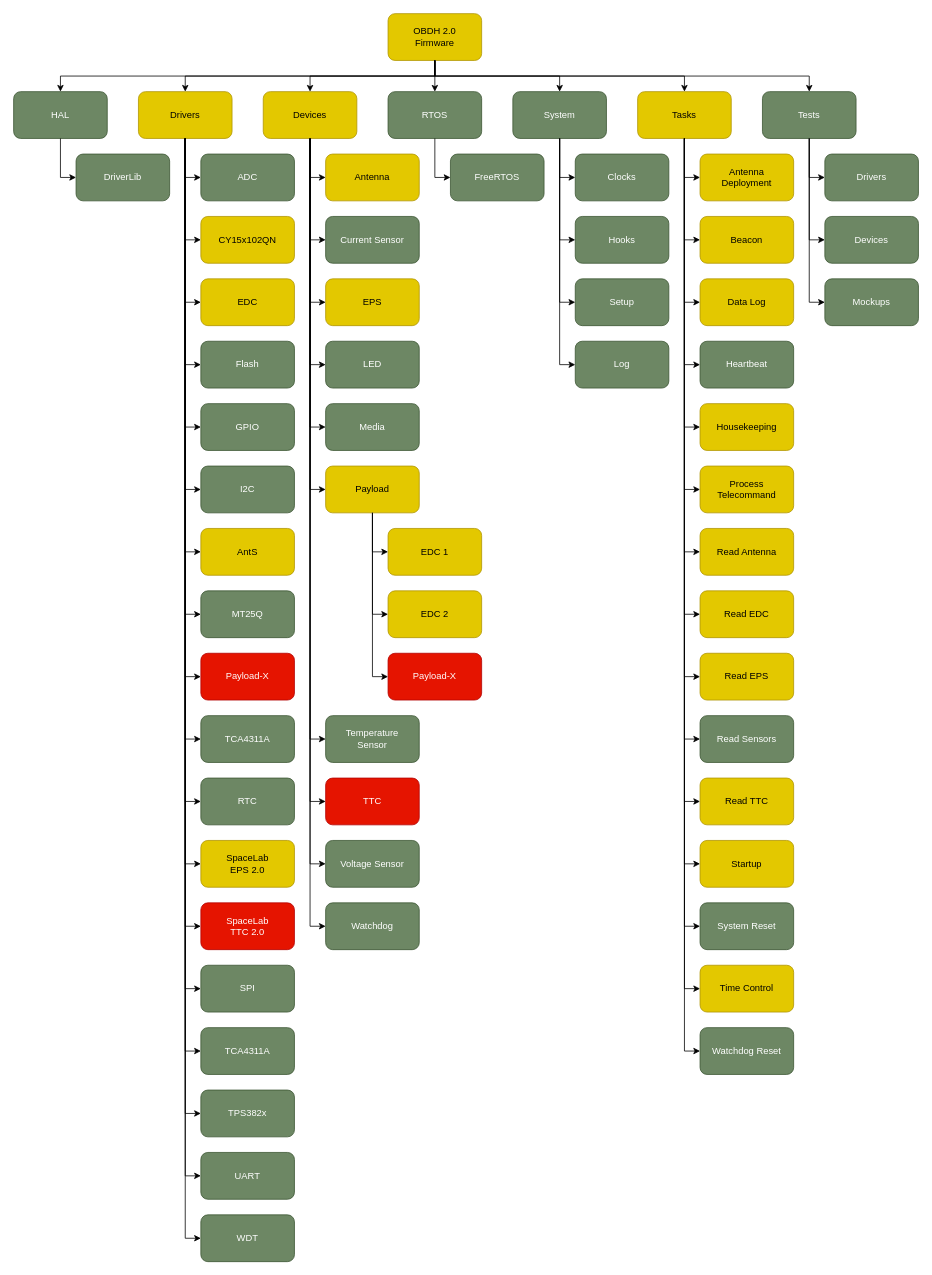
The draw.io diagram doc/figures/product-tree-fw.drawio in spacelab-ufsc/obdh2, before the edit. Source tidied: cells renumbered, new cells numbered last; positions are measured from the earlier drawing's top-left corner, leaving out a move shared by most shapes. Both pictures are drawn from the tidied source at 78%, with x=0, y=0 at pixel (13, 13).
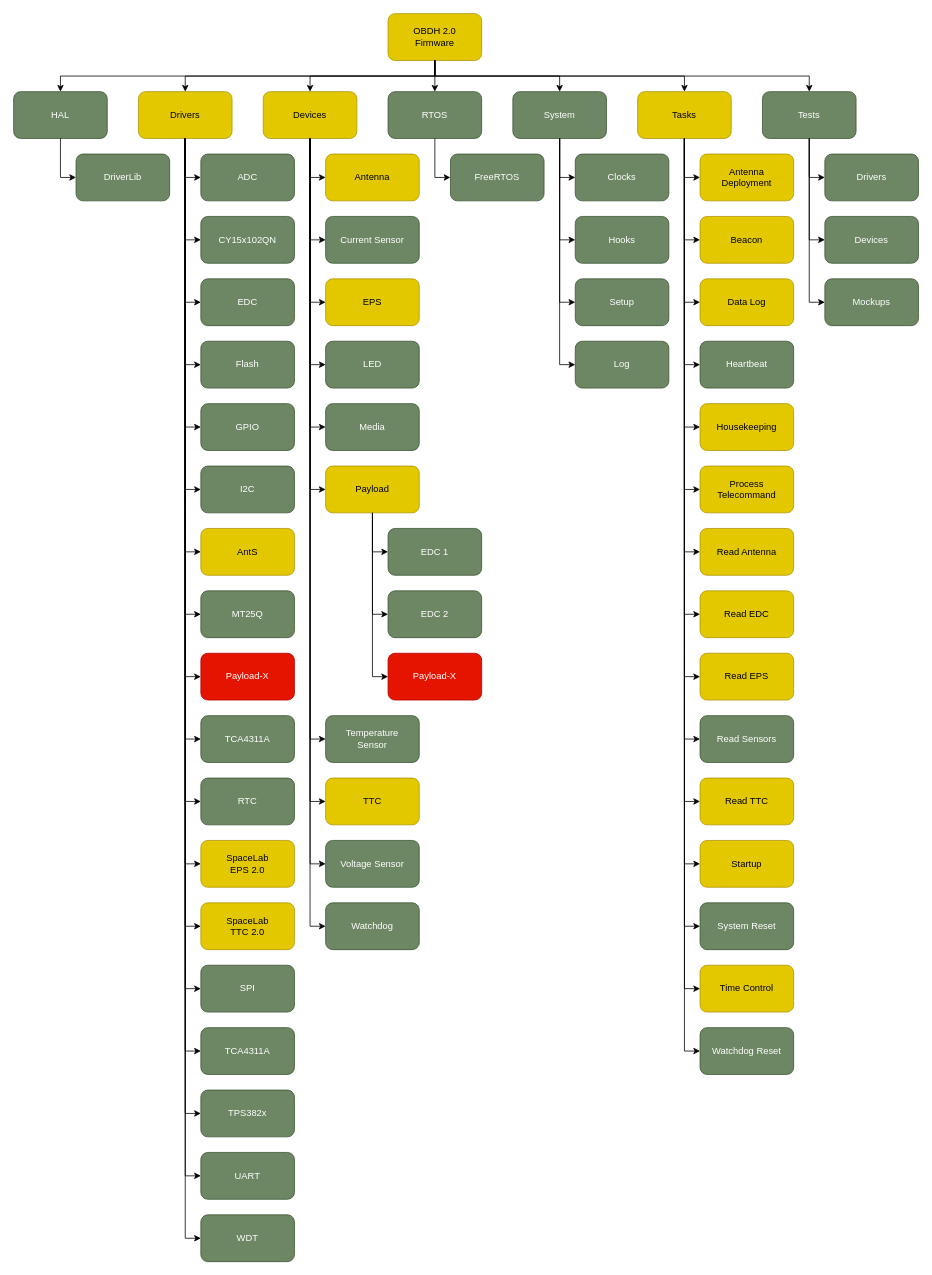
Above is the later version.

Commit message (it also covers changes not shown here):
doc: Updating the product tree of the firmware

What changed in the source:
```diff
@@
-    <mxCell id="6" value="CY15x102QN" style="rounded=1;whiteSpace=wrap;html=1;fillColor=#e3c800;fontColor=#000000;strokeColor=#B09500;" parent="1" vertex="1">
+    <mxCell id="6" value="CY15x102QN" style="rounded=1;whiteSpace=wrap;html=1;fillColor=#6d8764;fontColor=#ffffff;strokeColor=#3A5431;" parent="1" vertex="1">
       <mxGeometry x="240" y="260" width="120" height="60" as="geometry" />
     </mxCell>
-    <mxCell id="7" value="EDC" style="rounded=1;whiteSpace=wrap;html=1;fillColor=#e3c800;fontColor=#000000;strokeColor=#B09500;" parent="1" vertex="1">
+    <mxCell id="7" value="EDC" style="rounded=1;whiteSpace=wrap;html=1;fillColor=#6d8764;fontColor=#ffffff;strokeColor=#3A5431;" parent="1" vertex="1">
       <mxGeometry x="240" y="340" width="120" height="60" as="geometry" />
     </mxCell>
@@
-    <mxCell id="15" value="SpaceLab&lt;br&gt;TTC 2.0" style="rounded=1;whiteSpace=wrap;html=1;fillColor=#e51400;fontColor=#ffffff;strokeColor=#B20000;" parent="1" vertex="1">
+    <mxCell id="15" value="SpaceLab&lt;br&gt;TTC 2.0" style="rounded=1;whiteSpace=wrap;html=1;fillColor=#e3c800;fontColor=#000000;strokeColor=#B09500;" parent="1" vertex="1">
       <mxGeometry x="240" y="1140" width="120" height="60" as="geometry" />
     </mxCell>
@@
-    <mxCell id="39" value="TTC" style="rounded=1;whiteSpace=wrap;html=1;fillColor=#e51400;fontColor=#ffffff;strokeColor=#B20000;" parent="1" vertex="1">
+    <mxCell id="39" value="TTC" style="rounded=1;whiteSpace=wrap;html=1;fillColor=#e3c800;fontColor=#000000;strokeColor=#B09500;" parent="1" vertex="1">
       <mxGeometry x="400" y="980" width="120" height="60" as="geometry" />
     </mxCell>
@@
-    <mxCell id="109" value="EDC 1" style="rounded=1;whiteSpace=wrap;html=1;fillColor=#e3c800;fontColor=#000000;strokeColor=#B09500;" parent="1" vertex="1">
+    <mxCell id="109" value="EDC 1" style="rounded=1;whiteSpace=wrap;html=1;fillColor=#6d8764;fontColor=#ffffff;strokeColor=#3A5431;" parent="1" vertex="1">
       <mxGeometry x="480" y="660" width="120" height="60" as="geometry" />
     </mxCell>
-    <mxCell id="110" value="EDC 2" style="rounded=1;whiteSpace=wrap;html=1;fillColor=#e3c800;fontColor=#000000;strokeColor=#B09500;" parent="1" vertex="1">
+    <mxCell id="110" value="EDC 2" style="rounded=1;whiteSpace=wrap;html=1;fillColor=#6d8764;fontColor=#ffffff;strokeColor=#3A5431;" parent="1" vertex="1">
       <mxGeometry x="480" y="740" width="120" height="60" as="geometry" />
     </mxCell>
```
